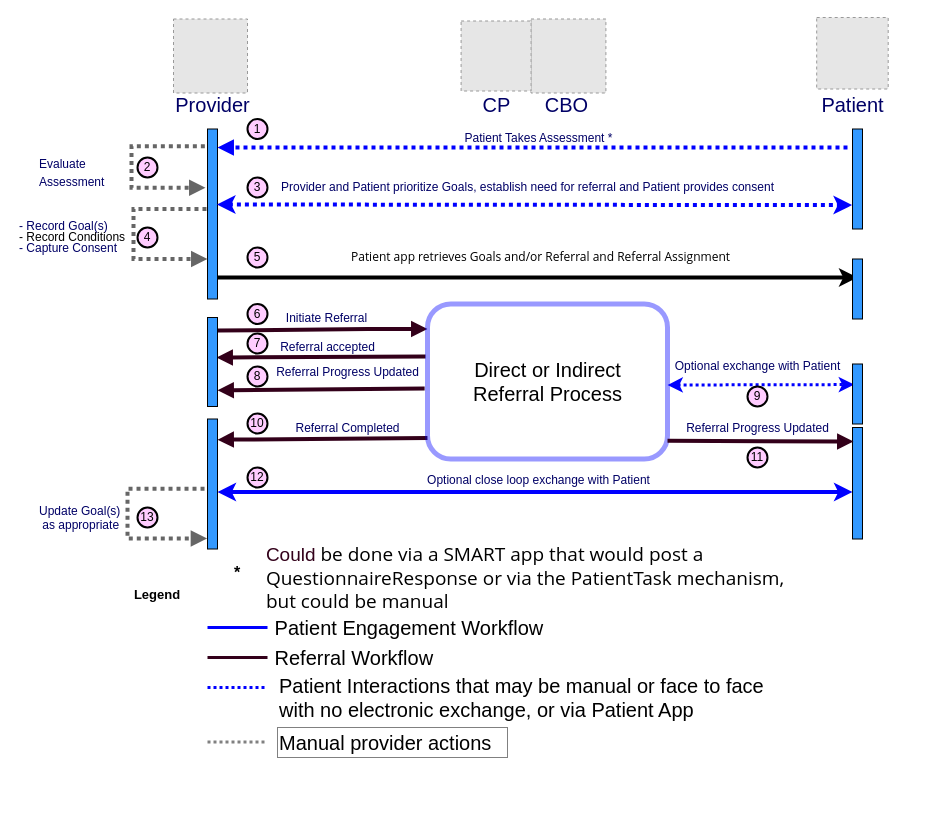
Earlier version of the draw.io diagram Images Source/HighLevelReferralContext.drawio (HL7/fhir-sdoh-clinicalcare). Source tidied: cells renumbered, new cells numbered last; positions are measured from the earlier drawing's top-left corner, leaving out a move shared by most shapes. Both pictures are drawn from the tidied source at 100%, with x=0, y=0 at pixel (17, 17). Pictures stored in the file or linked from it are replaced by grey dashed boxes.
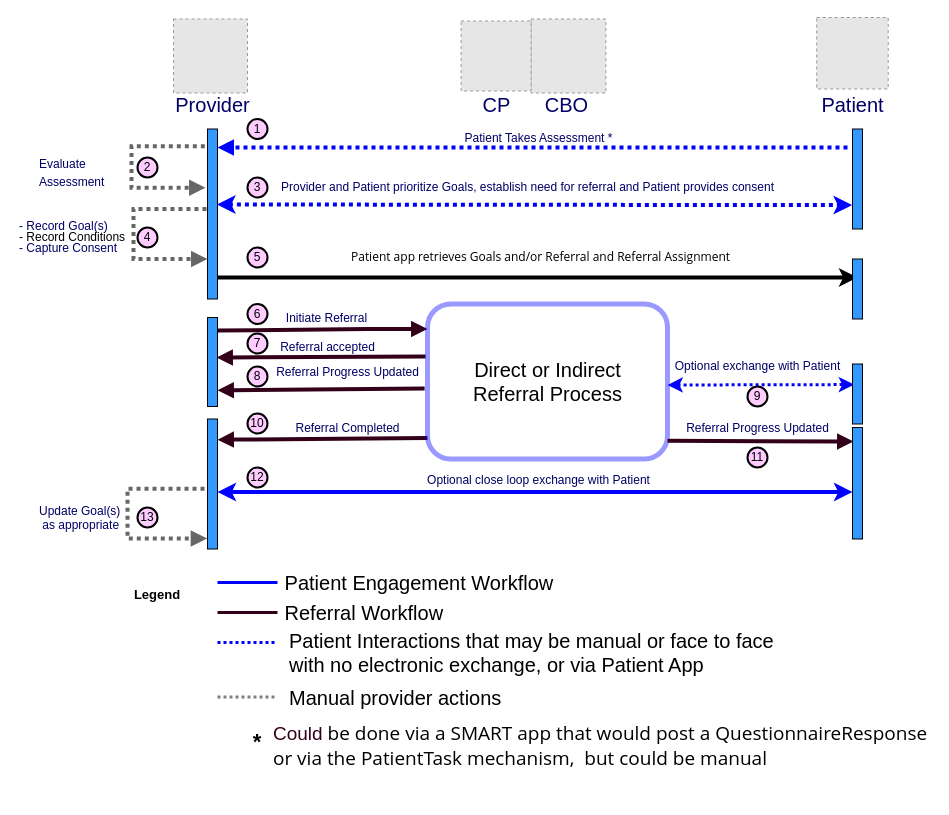
The same page after the edit.

Diff of the diagram source:
```diff
@@
     <mxCell id="35" style="endArrow=none;html=1;rounded=0;fontSize=20;strokeColor=#0000FF;strokeWidth=3;jumpStyle=arc;" parent="1" edge="1">
       <mxGeometry relative="1" as="geometry">
-        <mxPoint x="190" y="610" as="sourcePoint" />
-        <mxPoint x="250" y="610" as="targetPoint" />
+        <mxPoint x="200" y="565" as="sourcePoint" />
+        <mxPoint x="260" y="565" as="targetPoint" />
       </mxGeometry>
     </mxCell>
     <mxCell id="36" style="endArrow=none;html=1;rounded=0;fontSize=20;strokeColor=#33001A;strokeWidth=3;jumpStyle=arc;" parent="1" edge="1">
       <mxGeometry relative="1" as="geometry">
-        <mxPoint x="190" y="640" as="sourcePoint" />
-        <mxPoint x="250" y="640" as="targetPoint" />
+        <mxPoint x="200" y="595" as="sourcePoint" />
+        <mxPoint x="260" y="595" as="targetPoint" />
       </mxGeometry>
     </mxCell>
     <mxCell id="37" style="endArrow=none;html=1;rounded=0;fontSize=20;strokeColor=#0000FF;strokeWidth=3;jumpStyle=arc;dashed=1;dashPattern=1 1;" parent="1" edge="1">
       <mxGeometry relative="1" as="geometry">
-        <mxPoint x="190" y="670" as="sourcePoint" />
-        <mxPoint x="250" y="670" as="targetPoint" />
+        <mxPoint x="200" y="625" as="sourcePoint" />
+        <mxPoint x="260" y="625" as="targetPoint" />
       </mxGeometry>
     </mxCell>
     <mxCell id="38" value="&amp;nbsp;Patient Engagement Workflow" style="text;html=1;align=left;verticalAlign=middle;strokeColor=none;fillColor=none;fontSize=20;" parent="1" vertex="1">
-      <mxGeometry x="250" y="595" width="290" height="30" as="geometry" />
+      <mxGeometry x="260" y="550" width="290" height="30" as="geometry" />
     </mxCell>
     <mxCell id="39" value="&amp;nbsp;Referral Workflow" style="text;html=1;align=left;verticalAlign=middle;strokeColor=none;fillColor=none;fontSize=20;" parent="1" vertex="1">
-      <mxGeometry x="250" y="625" width="180" height="30" as="geometry" />
+      <mxGeometry x="260" y="580" width="180" height="30" as="geometry" />
     </mxCell>
     <mxCell id="40" value="Patient Interactions that may be manual or face to face &lt;br&gt;with no electronic exchange, or via Patient App" style="text;html=1;align=left;verticalAlign=middle;strokeColor=none;fillColor=none;fontSize=20;" parent="1" vertex="1">
-      <mxGeometry x="260" y="655" width="500" height="50" as="geometry" />
+      <mxGeometry x="270" y="610" width="500" height="50" as="geometry" />
     </mxCell>
-    <mxCell id="41" value="&lt;div style=&quot;text-align: left;&quot;&gt;&lt;font style=&quot;background-color: initial; font-size: 19px;&quot;&gt;Could&lt;/font&gt;&lt;span style=&quot;color: rgb(0, 0, 0); font-family: &amp;quot;Segoe UI Web (West European)&amp;quot;, &amp;quot;Segoe UI&amp;quot;, -apple-system, &amp;quot;system-ui&amp;quot;, Roboto, &amp;quot;Helvetica Neue&amp;quot;, sans-serif; background-color: rgb(255, 255, 255); font-size: 19px;&quot;&gt;&amp;nbsp;be done via a SMART app that would post a&lt;/span&gt;&lt;/div&gt;&lt;span style=&quot;color: rgb(0, 0, 0); font-family: &amp;quot;Segoe UI Web (West European)&amp;quot;, &amp;quot;Segoe UI&amp;quot;, -apple-system, &amp;quot;system-ui&amp;quot;, Roboto, &amp;quot;Helvetica Neue&amp;quot;, sans-serif; background-color: rgb(255, 255, 255); font-size: 19px;&quot;&gt;&lt;font style=&quot;font-size: 19px;&quot;&gt;&lt;div style=&quot;text-align: left;&quot;&gt;QuestionnaireResponse or via the PatientTask mechanism,&amp;nbsp;&lt;/div&gt;&lt;div style=&quot;text-align: left;&quot;&gt;but could be manual&lt;/div&gt;&lt;/font&gt;&lt;br&gt;&lt;/span&gt;" style="text;html=1;align=center;verticalAlign=middle;strokeColor=none;fillColor=none;fontSize=20;fontColor=#33001A;" parent="1" vertex="1">
-      <mxGeometry x="255" y="521.5" width="510" height="100" as="geometry" />
+    <mxCell id="41" value="&lt;div style=&quot;text-align: left;&quot;&gt;&lt;font style=&quot;background-color: initial; font-size: 19px;&quot;&gt;Could&lt;/font&gt;&lt;span style=&quot;color: rgb(0, 0, 0); font-family: &amp;quot;Segoe UI Web (West European)&amp;quot;, &amp;quot;Segoe UI&amp;quot;, -apple-system, &amp;quot;system-ui&amp;quot;, Roboto, &amp;quot;Helvetica Neue&amp;quot;, sans-serif; background-color: rgb(255, 255, 255); font-size: 19px;&quot;&gt;&amp;nbsp;be done via a SMART app that would post a&amp;nbsp;&lt;/span&gt;&lt;span style=&quot;font-size: 19px; background-color: rgb(255, 255, 255); color: rgb(0, 0, 0); font-family: &amp;quot;Segoe UI Web (West European)&amp;quot;, &amp;quot;Segoe UI&amp;quot;, -apple-system, &amp;quot;system-ui&amp;quot;, Roboto, &amp;quot;Helvetica Neue&amp;quot;, sans-serif;&quot;&gt;QuestionnaireResponse&amp;nbsp;&lt;/span&gt;&lt;/div&gt;&lt;div style=&quot;text-align: left;&quot;&gt;&lt;span style=&quot;font-size: 19px; background-color: rgb(255, 255, 255); color: rgb(0, 0, 0); font-family: &amp;quot;Segoe UI Web (West European)&amp;quot;, &amp;quot;Segoe UI&amp;quot;, -apple-system, &amp;quot;system-ui&amp;quot;, Roboto, &amp;quot;Helvetica Neue&amp;quot;, sans-serif;&quot;&gt;or via the&amp;nbsp;&lt;/span&gt;&lt;span style=&quot;background-color: rgb(255, 255, 255); color: rgb(0, 0, 0); font-family: &amp;quot;Segoe UI Web (West European)&amp;quot;, &amp;quot;Segoe UI&amp;quot;, -apple-system, &amp;quot;system-ui&amp;quot;, Roboto, &amp;quot;Helvetica Neue&amp;quot;, sans-serif; font-size: 19px;&quot;&gt;PatientTask mechanism,&amp;nbsp; but could be manual&lt;/span&gt;&lt;/div&gt;&lt;span style=&quot;color: rgb(0, 0, 0); font-family: &amp;quot;Segoe UI Web (West European)&amp;quot;, &amp;quot;Segoe UI&amp;quot;, -apple-system, &amp;quot;system-ui&amp;quot;, Roboto, &amp;quot;Helvetica Neue&amp;quot;, sans-serif; background-color: rgb(255, 255, 255); font-size: 19px;&quot;&gt;&lt;br&gt;&lt;/span&gt;" style="text;html=1;align=center;verticalAlign=middle;strokeColor=none;fillColor=none;fontSize=20;fontColor=#33001A;" parent="1" vertex="1">
+      <mxGeometry x="260" y="700" width="650" height="80" as="geometry" />
     </mxCell>
@@
     <mxCell id="44" style="endArrow=none;html=1;rounded=0;fontSize=20;strokeColor=#808080;strokeWidth=3;jumpStyle=arc;dashed=1;dashPattern=1 1;" parent="1" edge="1">
       <mxGeometry relative="1" as="geometry">
-        <mxPoint x="190" y="724.5" as="sourcePoint" />
-        <mxPoint x="250" y="724.5" as="targetPoint" />
+        <mxPoint x="200" y="679.5" as="sourcePoint" />
+        <mxPoint x="260" y="679.5" as="targetPoint" />
       </mxGeometry>
     </mxCell>
-    <mxCell id="45" value="Manual provider actions" style="text;html=1;align=left;verticalAlign=middle;strokeColor=#808080;fillColor=none;fontSize=20;" parent="1" vertex="1">
-      <mxGeometry x="260" y="710" width="230" height="30" as="geometry" />
+    <mxCell id="45" value="Manual provider actions" style="text;html=1;align=left;verticalAlign=middle;strokeColor=none;fillColor=none;fontSize=20;" parent="1" vertex="1">
+      <mxGeometry x="270" y="665" width="230" height="30" as="geometry" />
     </mxCell>
-    <mxCell id="46" value="&lt;b style=&quot;&quot;&gt;&lt;font style=&quot;font-size: 16px;&quot;&gt;*&lt;/font&gt;&lt;/b&gt;" style="text;html=1;strokeColor=none;fillColor=none;align=center;verticalAlign=middle;whiteSpace=wrap;rounded=0;fontColor=#000000;fontSize=13;" parent="1" vertex="1">
-      <mxGeometry x="190" y="550" width="60" height="10" as="geometry" />
+    <mxCell id="46" value="&lt;b style=&quot;font-size: 22px;&quot;&gt;&lt;font style=&quot;font-size: 22px;&quot;&gt;*&lt;/font&gt;&lt;/b&gt;" style="text;html=1;strokeColor=none;fillColor=none;align=center;verticalAlign=middle;whiteSpace=wrap;rounded=0;fontColor=#000000;fontSize=22;" parent="1" vertex="1">
+      <mxGeometry x="210" y="720" width="60" height="10" as="geometry" />
     </mxCell>
```
